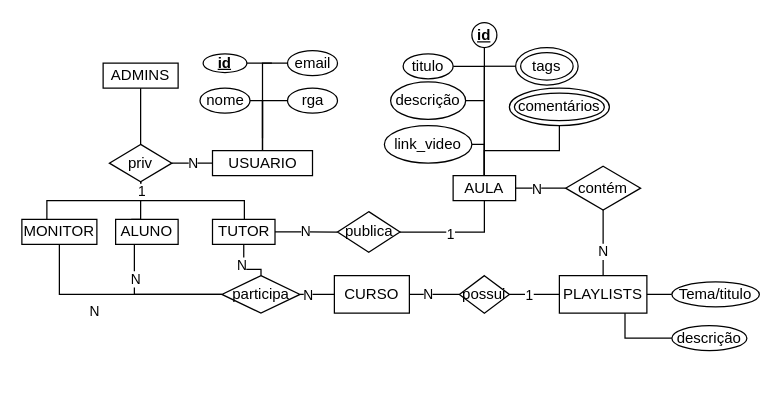
The draw.io diagram Untitled Diagram.drawio in douglas-terra/r1, before the edit. Source tidied: cells renumbered, new cells numbered last; positions are measured from the earlier drawing's top-left corner, leaving out a move shared by most shapes. Both pictures are drawn from the tidied source at 125%, with x=0, y=0 at pixel (21, 22).
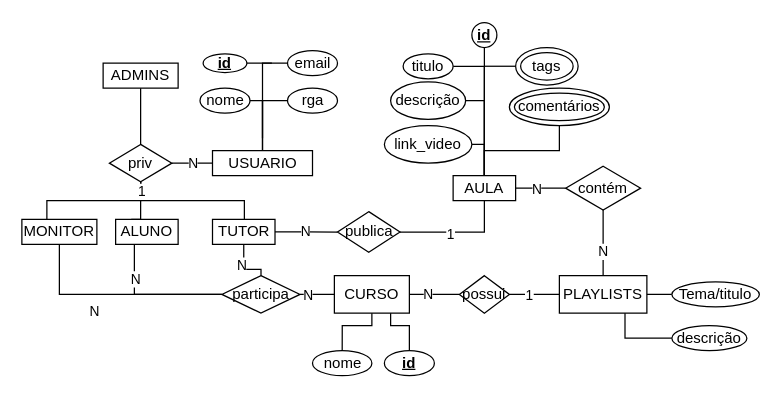
After the change.

Commit message:
adicionado atributos de curso

Unchanged cells that the change refers to:
```xml
<mxCell id="21" value="CURSO" style="rounded=0;whiteSpace=wrap;html=1;" parent="1" vertex="1">
  <mxGeometry x="250" y="202" width="60" height="30" as="geometry" />
</mxCell>
```

What changed in the source:
```diff
@@
+    <mxCell id="64" style="edgeStyle=orthogonalEdgeStyle;rounded=0;jettySize=auto;html=1;endArrow=none;endFill=0;strokeColor=#000000;" parent="1" edge="1" source="65" target="21">
+      <mxGeometry relative="1" as="geometry" />
+    </mxCell>
+    <mxCell id="65" value="nome" style="ellipse;whiteSpace=wrap;html=1;strokeColor=#000000;" parent="1" vertex="1">
+      <mxGeometry x="232.5" y="262" width="47.5" height="20" as="geometry" />
+    </mxCell>
+    <mxCell id="66" style="edgeStyle=orthogonalEdgeStyle;rounded=0;jettySize=auto;html=1;entryX=0.75;entryY=1;entryDx=0;entryDy=0;endArrow=none;endFill=0;strokeColor=#000000;" parent="1" edge="1" source="67" target="21">
+      <mxGeometry relative="1" as="geometry" />
+    </mxCell>
+    <mxCell id="67" value="id" style="ellipse;whiteSpace=wrap;html=1;strokeColor=#000000;fontStyle=5;" parent="1" vertex="1">
+      <mxGeometry x="290" y="262" width="40" height="20" as="geometry" />
+    </mxCell>
```
